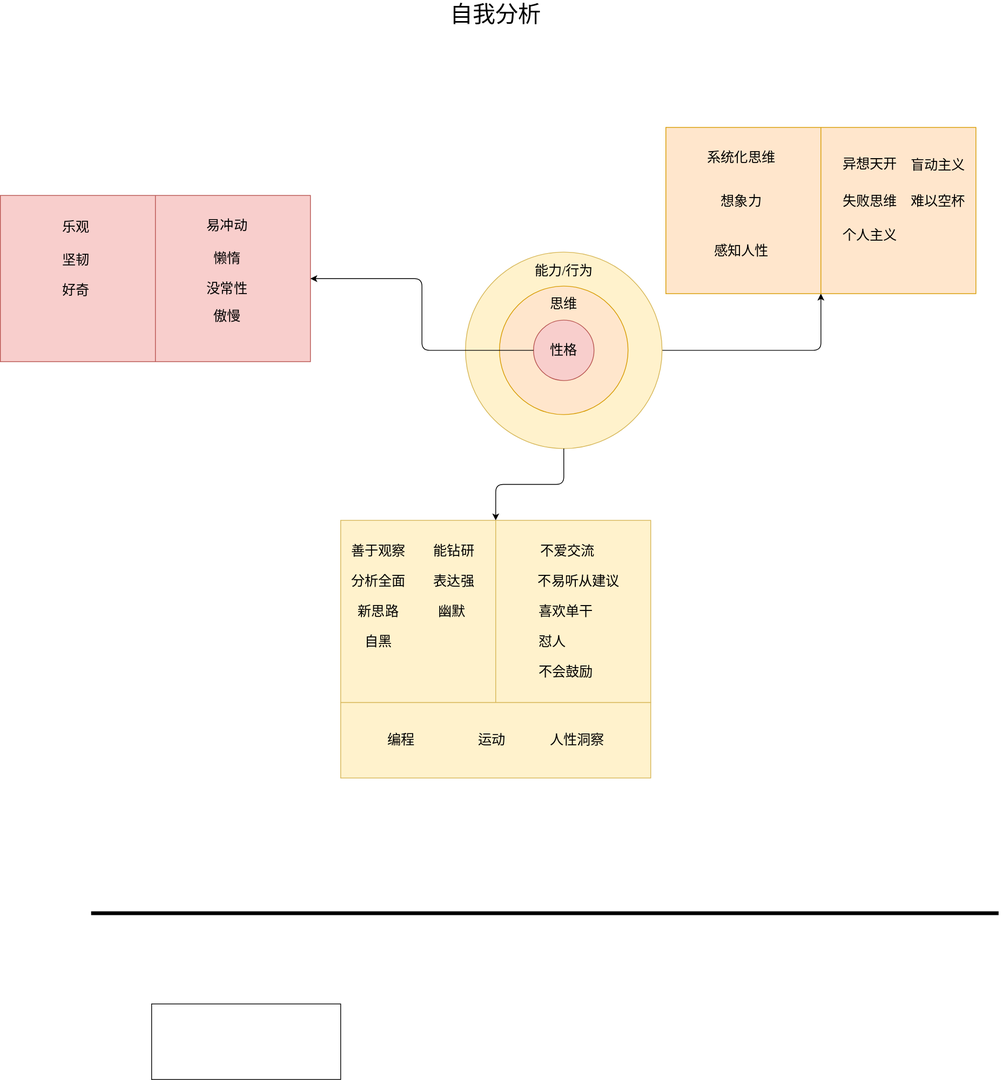
109km/deep-thinking keeps this draw.io diagram as self-analysis.drawio.svg. Above is the earlier version. Source tidied: cells renumbered, new cells last; positions are measured from the earlier drawing's top-left corner, leaving out a move shared by most shapes.
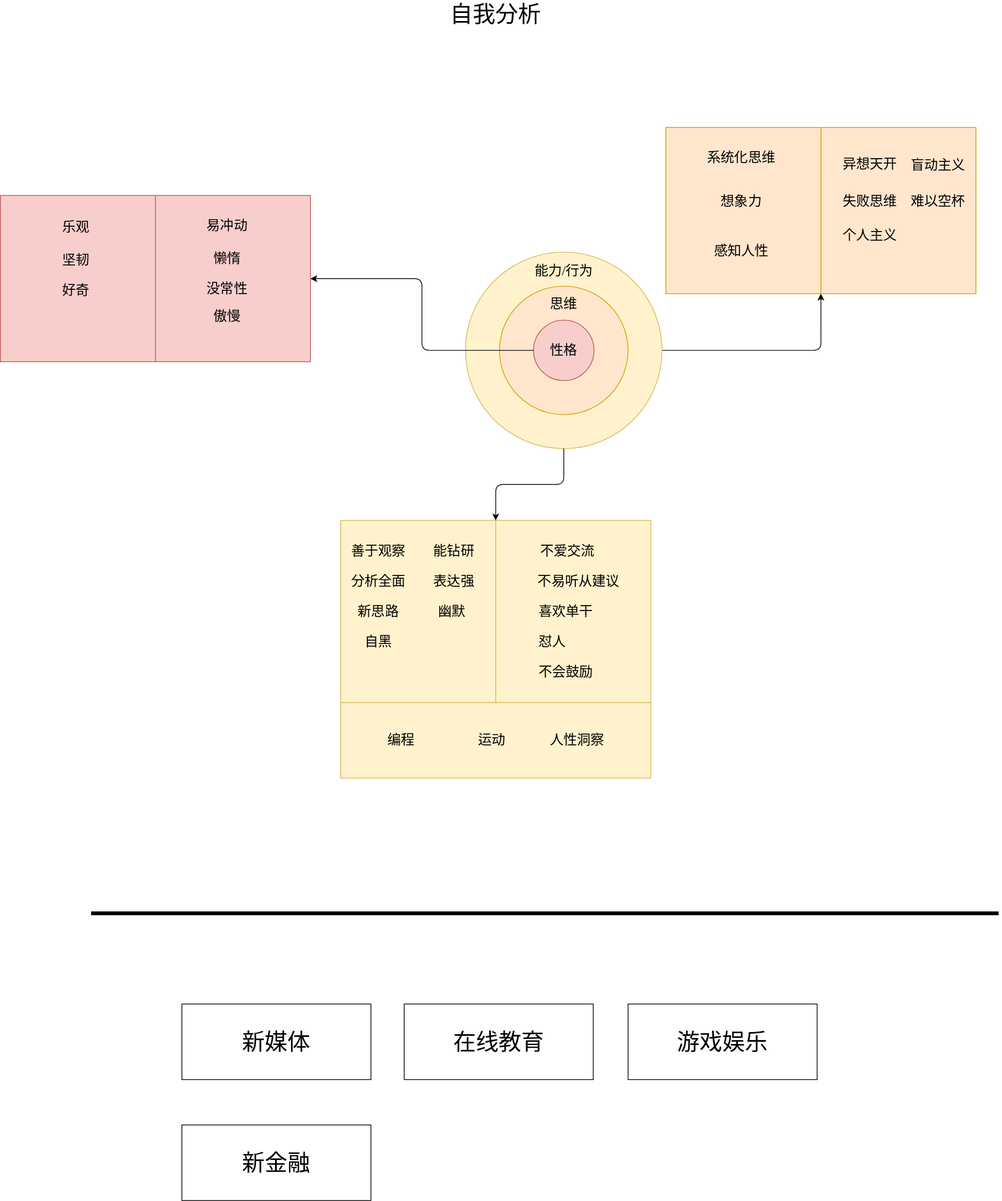
The same diagram one commit later.

What changed in the source:
```diff
@@ -189,8 +189,17 @@
         <mxPoint x="1320" y="1200" as="targetPoint" />
       </mxGeometry>
     </mxCell>
-    <mxCell id="61" style="rounded=0;whiteSpace=wrap;html=1;strokeColor=#000000;fontFamily=Verdana;fontSize=30;" parent="1" vertex="1">
-      <mxGeometry x="200" y="1320" width="250" height="100" as="geometry" />
+    <mxCell id="61" value="新媒体" style="rounded=0;whiteSpace=wrap;html=1;strokeColor=#000000;fontFamily=Verdana;fontSize=30;" parent="1" vertex="1">
+      <mxGeometry x="240" y="1320" width="250" height="100" as="geometry" />
     </mxCell>
+    <mxCell id="62" value="在线教育" style="rounded=0;whiteSpace=wrap;html=1;strokeColor=#000000;fontFamily=Verdana;fontSize=30;" parent="1" vertex="1">
+      <mxGeometry x="534" y="1320" width="250" height="100" as="geometry" />
+    </mxCell>
+    <mxCell id="63" value="游戏娱乐" style="rounded=0;whiteSpace=wrap;html=1;strokeColor=#000000;fontFamily=Verdana;fontSize=30;" parent="1" vertex="1">
+      <mxGeometry x="830" y="1320" width="250" height="100" as="geometry" />
+    </mxCell>
+    <mxCell id="64" value="新金融" style="rounded=0;whiteSpace=wrap;html=1;strokeColor=#000000;fontFamily=Verdana;fontSize=30;" parent="1" vertex="1">
+      <mxGeometry x="240" y="1480" width="250" height="100" as="geometry" />
+    </mxCell>
   </root>
 </mxGraphModel>
```
